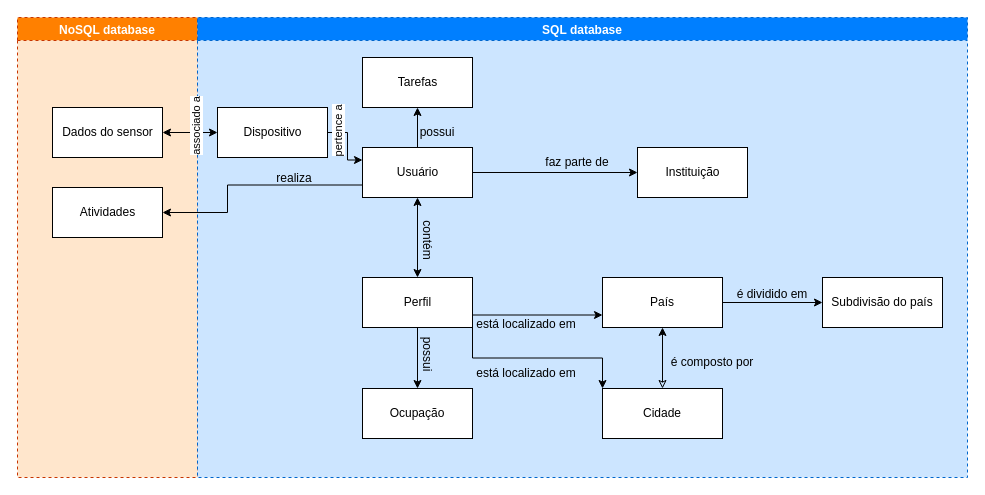
This is conceptual data model.drawio from julianaclp/tcc-diagrams, a draw.io file, before an edit. Source tidied: cells renumbered, new cells numbered last; positions are measured from the earlier drawing's top-left corner, leaving out a move shared by most shapes. Both pictures are drawn from the tidied source at 100%, with x=0, y=0 at pixel (17, 17).
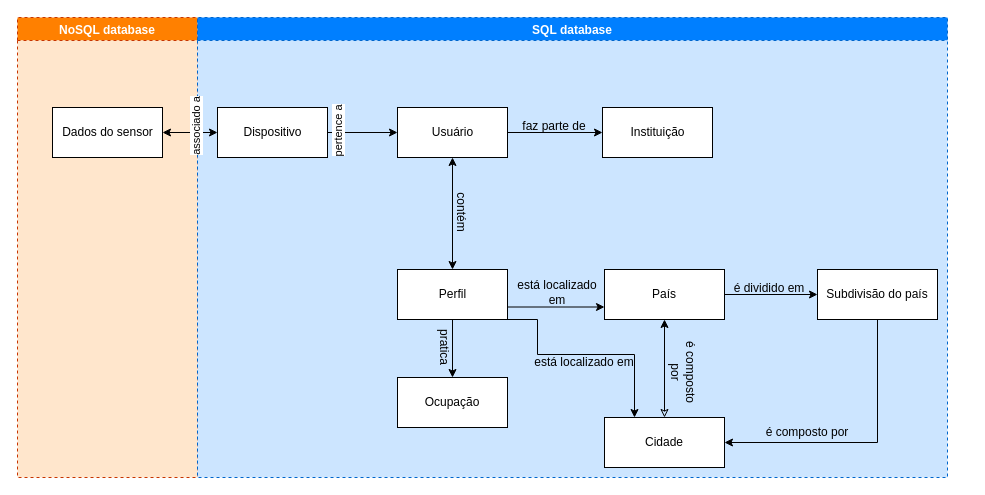
The same page after the edit.

The change refers to these unchanged cells:
```xml
<mxCell id="2" value="NoSQL database" style="swimlane;dashed=1;fillColor=#FF8000;strokeColor=#C73500;fontColor=#FFFFFF;swimlaneFillColor=#FFE6CC;" parent="1" vertex="1">
  <mxGeometry width="180" height="460" as="geometry" />
</mxCell>
<mxCell id="27" value="Dispositivo" style="html=1;" parent="5" vertex="1">
  <mxGeometry x="20" y="90" width="110" height="50" as="geometry" />
</mxCell>
```

The edit, as a diff of the source:
```diff
@@
-    <mxCell id="4" value="Atividades" style="html=1;" parent="2" vertex="1">
-      <mxGeometry x="35" y="170" width="110" height="50" as="geometry" />
-    </mxCell>
     <mxCell id="5" value="SQL database" style="swimlane;dashed=1;fillColor=#007FFF;fontColor=#ffffff;strokeColor=#0066CC;swimlaneFillColor=#CCE5FF;" parent="1" vertex="1">
-      <mxGeometry x="180" width="770" height="460" as="geometry" />
+      <mxGeometry x="180" width="750" height="460" as="geometry" />
     </mxCell>
@@
-    <mxCell id="8" style="edgeStyle=orthogonalEdgeStyle;rounded=0;jettySize=auto;html=1;exitX=1;exitY=1;exitDx=0;exitDy=0;entryX=0;entryY=0;entryDx=0;entryDy=0;fontColor=#FFFFFF;startArrow=none;startFill=0;" parent="5" edge="1" source="9" target="19">
-      <mxGeometry relative="1" as="geometry" />
+    <mxCell id="8" style="edgeStyle=orthogonalEdgeStyle;rounded=0;jettySize=auto;html=1;exitX=1;exitY=1;exitDx=0;exitDy=0;entryX=0.25;entryY=0;entryDx=0;entryDy=0;fontColor=#FFFFFF;startArrow=none;startFill=0;" parent="5" edge="1" source="9" target="19">
+      <mxGeometry relative="1" as="geometry">
+        <Array as="points">
+          <mxPoint x="340" y="302" />
+          <mxPoint x="340" y="337" />
+          <mxPoint x="437" y="337" />
+        </Array>
+      </mxGeometry>
     </mxCell>
     <mxCell id="9" value="Perfil" style="html=1;" parent="5" vertex="1">
-      <mxGeometry x="165" y="260" width="110" height="50" as="geometry" />
+      <mxGeometry x="200" y="252" width="110" height="50" as="geometry" />
     </mxCell>
     <mxCell id="10" value="contém" style="text;html=1;strokeColor=none;fillColor=none;align=center;verticalAlign=middle;whiteSpace=wrap;rounded=0;rotation=90;" parent="5" vertex="1">
-      <mxGeometry x="200" y="208" width="60" height="30" as="geometry" />
+      <mxGeometry x="234" y="180" width="60" height="30" as="geometry" />
     </mxCell>
@@
-    <mxCell id="13" style="edgeStyle=orthogonalEdgeStyle;rounded=0;jettySize=auto;html=1;" parent="5" edge="1" source="14" target="31">
-      <mxGeometry relative="1" as="geometry" />
-    </mxCell>
     <mxCell id="14" value="Usuário" style="html=1;" parent="5" vertex="1">
-      <mxGeometry x="165" y="130" width="110" height="50" as="geometry" />
+      <mxGeometry x="200" y="90" width="110" height="50" as="geometry" />
     </mxCell>
     <mxCell id="15" value="está localizado em" style="text;html=1;strokeColor=none;fillColor=none;align=center;verticalAlign=middle;whiteSpace=wrap;rounded=0;" parent="5" vertex="1">
-      <mxGeometry x="278" y="292" width="102" height="30" as="geometry" />
+      <mxGeometry x="310" y="260" width="100" height="30" as="geometry" />
     </mxCell>
@@
     <mxCell id="18" value="País" style="whiteSpace=wrap;html=1;" parent="5" vertex="1">
-      <mxGeometry x="405" y="260" width="120" height="50" as="geometry" />
+      <mxGeometry x="407" y="252" width="120" height="50" as="geometry" />
     </mxCell>
     <mxCell id="19" value="Cidade" style="whiteSpace=wrap;html=1;" parent="5" vertex="1">
-      <mxGeometry x="405" y="371" width="120" height="50" as="geometry" />
+      <mxGeometry x="407" y="400" width="120" height="50" as="geometry" />
     </mxCell>
     <mxCell id="20" value="Ocupação" style="whiteSpace=wrap;html=1;" parent="5" vertex="1">
-      <mxGeometry x="165" y="371" width="110" height="50" as="geometry" />
+      <mxGeometry x="200" y="360" width="110" height="50" as="geometry" />
     </mxCell>
-    <mxCell id="21" value="possui" style="text;html=1;strokeColor=none;fillColor=none;align=center;verticalAlign=middle;whiteSpace=wrap;rounded=0;rotation=90;" parent="5" vertex="1">
-      <mxGeometry x="200" y="322" width="60" height="30" as="geometry" />
+    <mxCell id="21" value="pratica" style="text;html=1;strokeColor=none;fillColor=none;align=center;verticalAlign=middle;whiteSpace=wrap;rounded=0;rotation=90;" parent="5" vertex="1">
+      <mxGeometry x="217" y="315" width="60" height="30" as="geometry" />
     </mxCell>
-    <mxCell id="22" value="está localizado em" style="text;html=1;strokeColor=none;fillColor=none;align=center;verticalAlign=middle;whiteSpace=wrap;rounded=0;" parent="5" vertex="1">
-      <mxGeometry x="278" y="341" width="102" height="30" as="geometry" />
-    </mxCell>
-    <mxCell id="23" value="&lt;font color=&quot;#000000&quot;&gt;é composto por&lt;/font&gt;" style="text;html=1;strokeColor=none;fillColor=none;align=center;verticalAlign=middle;whiteSpace=wrap;rounded=0;fontColor=#FFFFFF;" parent="5" vertex="1">
-      <mxGeometry x="465" y="330" width="100" height="30" as="geometry" />
+    <mxCell id="23" value="&lt;font color=&quot;#000000&quot;&gt;é composto &lt;br&gt;por&lt;/font&gt;" style="text;html=1;strokeColor=none;fillColor=none;align=center;verticalAlign=middle;whiteSpace=wrap;rounded=0;fontColor=#FFFFFF;rotation=90;" parent="5" vertex="1">
+      <mxGeometry x="436" y="340" width="100" height="30" as="geometry" />
     </mxCell>
     <mxCell id="24" value="Subdivisão do país" style="whiteSpace=wrap;html=1;" parent="5" vertex="1">
-      <mxGeometry x="625" y="260" width="120" height="50" as="geometry" />
+      <mxGeometry x="620" y="252" width="120" height="50" as="geometry" />
     </mxCell>
     <mxCell id="25" value="&lt;font color=&quot;#000000&quot;&gt;é dividido em&lt;br&gt;&lt;/font&gt;" style="text;html=1;strokeColor=none;fillColor=none;align=center;verticalAlign=middle;whiteSpace=wrap;rounded=0;fontColor=#FFFFFF;" parent="5" vertex="1">
-      <mxGeometry x="525" y="262" width="100" height="30" as="geometry" />
+      <mxGeometry x="522" y="256" width="100" height="30" as="geometry" />
     </mxCell>
-    <mxCell id="26" style="edgeStyle=orthogonalEdgeStyle;rounded=0;jettySize=auto;html=1;entryX=0;entryY=0.25;entryDx=0;entryDy=0;" parent="5" edge="1" source="27" target="14">
+    <mxCell id="26" style="edgeStyle=orthogonalEdgeStyle;rounded=0;jettySize=auto;html=1;" parent="5" edge="1" source="27" target="14">
       <mxGeometry relative="1" as="geometry" />
     </mxCell>
@@
     <mxCell id="29" value="Instituição" style="html=1;" parent="5" vertex="1">
-      <mxGeometry x="440" y="130" width="110" height="50" as="geometry" />
+      <mxGeometry x="405" y="90" width="110" height="50" as="geometry" />
     </mxCell>
     <mxCell id="30" value="&lt;font color=&quot;#000000&quot;&gt;faz parte de&lt;br&gt;&lt;/font&gt;" style="text;html=1;strokeColor=none;fillColor=none;align=center;verticalAlign=middle;whiteSpace=wrap;rounded=0;fontColor=#FFFFFF;" parent="5" vertex="1">
-      <mxGeometry x="330" y="130" width="100" height="30" as="geometry" />
+      <mxGeometry x="307" y="94" width="100" height="30" as="geometry" />
     </mxCell>
-    <mxCell id="31" value="Tarefas" style="html=1;" parent="5" vertex="1">
-      <mxGeometry x="165" y="40" width="110" height="50" as="geometry" />
-    </mxCell>
-    <mxCell id="32" value="&lt;font color=&quot;#000000&quot;&gt;possui&lt;br&gt;&lt;/font&gt;" style="text;html=1;strokeColor=none;fillColor=none;align=center;verticalAlign=middle;whiteSpace=wrap;rounded=0;fontColor=#FFFFFF;" parent="5" vertex="1">
-      <mxGeometry x="190" y="100" width="100" height="30" as="geometry" />
-    </mxCell>
-    <mxCell id="33" value="&lt;font color=&quot;#000000&quot;&gt;realiza&lt;br&gt;&lt;/font&gt;" style="text;html=1;strokeColor=none;fillColor=none;align=center;verticalAlign=middle;whiteSpace=wrap;rounded=0;fontColor=#FFFFFF;" parent="5" vertex="1">
-      <mxGeometry x="47" y="146" width="100" height="30" as="geometry" />
-    </mxCell>
+    <mxCell id="22" value="está localizado em" style="text;html=1;strokeColor=none;fillColor=none;align=center;verticalAlign=middle;whiteSpace=wrap;rounded=0;" parent="5" vertex="1">
+      <mxGeometry x="336" y="330" width="102" height="30" as="geometry" />
+    </mxCell>
+    <mxCell id="37" style="edgeStyle=orthogonalEdgeStyle;rounded=0;jettySize=auto;html=1;exitX=0.5;exitY=1;exitDx=0;exitDy=0;entryX=1;entryY=0.5;entryDx=0;entryDy=0;" parent="5" edge="1" source="24" target="19">
+      <mxGeometry relative="1" as="geometry">
+        <Array as="points">
+          <mxPoint x="680" y="425" />
+        </Array>
+      </mxGeometry>
+    </mxCell>
+    <mxCell id="38" value="&lt;font color=&quot;#000000&quot;&gt;é composto por&lt;/font&gt;" style="text;html=1;strokeColor=none;fillColor=none;align=center;verticalAlign=middle;whiteSpace=wrap;rounded=0;fontColor=#FFFFFF;" parent="5" vertex="1">
+      <mxGeometry x="560" y="400" width="100" height="30" as="geometry" />
+    </mxCell>
@@
-    <mxCell id="36" style="edgeStyle=orthogonalEdgeStyle;rounded=0;jettySize=auto;html=1;exitX=0;exitY=0.75;exitDx=0;exitDy=0;" parent="1" edge="1" source="14" target="4">
-      <mxGeometry relative="1" as="geometry">
-        <Array as="points">
-          <mxPoint x="210" y="168" />
-          <mxPoint x="210" y="195" />
-        </Array>
-      </mxGeometry>
-    </mxCell>
```
